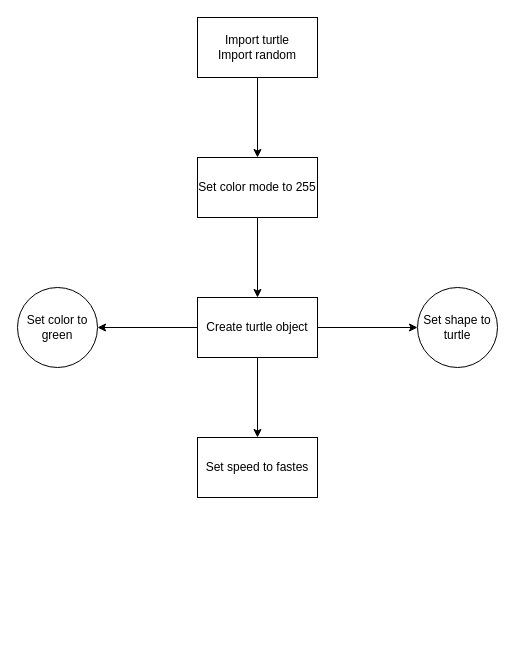
This is turtle_spirograph.drawio from Matasem-h/new_flowcharts, a draw.io file, before an edit. Source tidied: cells renumbered, new cells numbered last; positions are measured from the earlier drawing's top-left corner, leaving out a move shared by most shapes. Both pictures are drawn from the tidied source at 100%, with x=0, y=0 at pixel (17, 17).
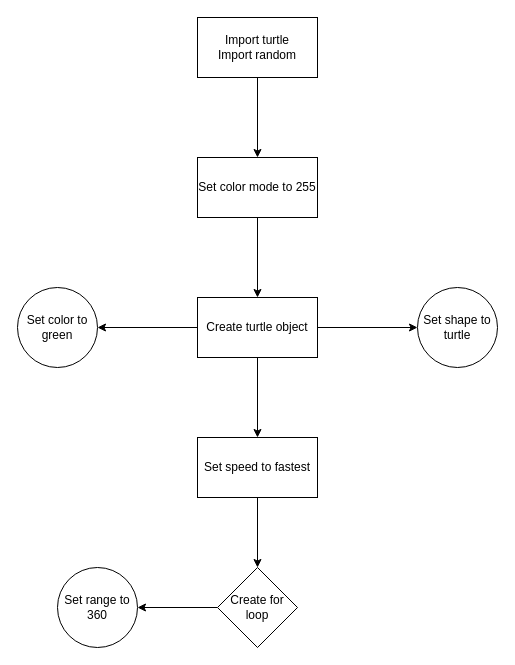
The same diagram, later.

Diff of the diagram source:
```diff
@@
 <mxGraphModel>
   <root>
     <mxCell id="0" />
     <mxCell id="1" parent="0" />
     <mxCell id="2" style="edgeStyle=orthogonalEdgeStyle;rounded=0;jettySize=auto;html=1;" parent="1" edge="1" source="3" target="5">
       <mxGeometry relative="1" as="geometry" />
     </mxCell>
     <mxCell id="3" value="&lt;div&gt;Import turtle&lt;/div&gt;&lt;div&gt;Import random&lt;br&gt;&lt;/div&gt;" style="rounded=0;whiteSpace=wrap;html=1;" parent="1" vertex="1">
       <mxGeometry x="180" width="120" height="60" as="geometry" />
     </mxCell>
     <mxCell id="4" style="edgeStyle=orthogonalEdgeStyle;rounded=0;jettySize=auto;html=1;" parent="1" edge="1" source="5" target="9">
       <mxGeometry relative="1" as="geometry" />
     </mxCell>
     <mxCell id="5" value="Set color mode to 255" style="rounded=0;whiteSpace=wrap;html=1;" parent="1" vertex="1">
       <mxGeometry x="180" y="140" width="120" height="60" as="geometry" />
     </mxCell>
     <mxCell id="6" style="edgeStyle=orthogonalEdgeStyle;rounded=0;jettySize=auto;html=1;" parent="1" edge="1" source="9" target="10">
       <mxGeometry relative="1" as="geometry" />
     </mxCell>
     <mxCell id="7" style="edgeStyle=orthogonalEdgeStyle;rounded=0;jettySize=auto;html=1;" parent="1" edge="1" source="9" target="11">
       <mxGeometry relative="1" as="geometry" />
     </mxCell>
     <mxCell id="8" style="edgeStyle=orthogonalEdgeStyle;rounded=0;jettySize=auto;html=1;" parent="1" edge="1" source="9" target="12">
       <mxGeometry relative="1" as="geometry" />
     </mxCell>
     <mxCell id="9" value="Create turtle object " style="whiteSpace=wrap;html=1;rounded=0;" parent="1" vertex="1">
       <mxGeometry x="180" y="280" width="120" height="60" as="geometry" />
     </mxCell>
     <mxCell id="10" value="Set shape to turtle" style="ellipse;whiteSpace=wrap;html=1;rounded=0;" parent="1" vertex="1">
       <mxGeometry x="400" y="270" width="80" height="80" as="geometry" />
     </mxCell>
     <mxCell id="11" value="Set color to green" style="ellipse;whiteSpace=wrap;html=1;rounded=0;" parent="1" vertex="1">
       <mxGeometry y="270" width="80" height="80" as="geometry" />
     </mxCell>
+    <mxCell id="13" style="edgeStyle=orthogonalEdgeStyle;rounded=0;jettySize=auto;html=1;" parent="1" edge="1" source="12" target="15">
+      <mxGeometry relative="1" as="geometry" />
+    </mxCell>
-    <mxCell id="12" value="Set speed to fastes" style="whiteSpace=wrap;html=1;rounded=0;" parent="1" vertex="1">
+    <mxCell id="12" value="Set speed to fastest" style="whiteSpace=wrap;html=1;rounded=0;" parent="1" vertex="1">
       <mxGeometry x="180" y="420" width="120" height="60" as="geometry" />
     </mxCell>
+    <mxCell id="14" style="edgeStyle=orthogonalEdgeStyle;rounded=0;jettySize=auto;html=1;" parent="1" edge="1" source="15" target="16">
+      <mxGeometry relative="1" as="geometry" />
+    </mxCell>
+    <mxCell id="15" value="Create for loop" style="rhombus;whiteSpace=wrap;html=1;rounded=0;" parent="1" vertex="1">
+      <mxGeometry x="200" y="550" width="80" height="80" as="geometry" />
+    </mxCell>
+    <mxCell id="16" value="Set range to 360" style="ellipse;whiteSpace=wrap;html=1;rounded=0;" parent="1" vertex="1">
+      <mxGeometry x="40" y="550" width="80" height="80" as="geometry" />
+    </mxCell>
   </root>
 </mxGraphModel>
```
